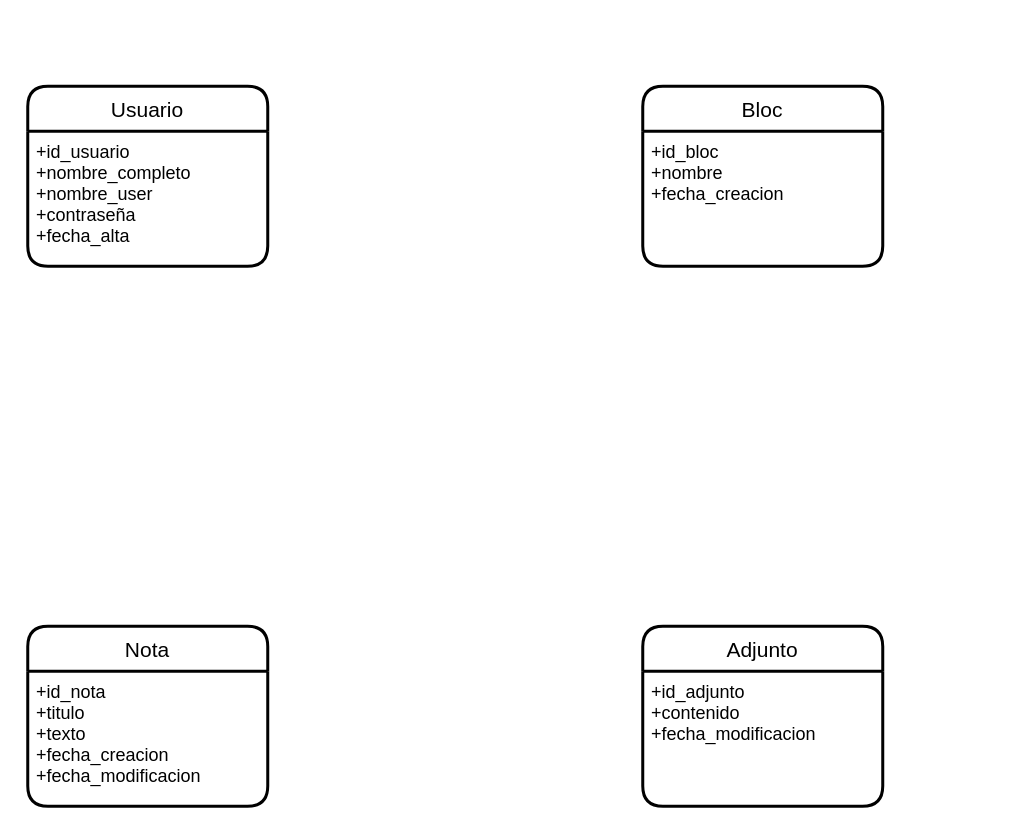
This is Diagrama sin título.drawio from marcosfernandezlopez/Laboratorio-de-redes-y-sistemas-operativos, a draw.io file, before an edit. Source tidied: cells renumbered, new cells numbered last; positions are measured from the earlier drawing's top-left corner, leaving out a move shared by most shapes. Both pictures are drawn from the tidied source at 150%, with x=0, y=0 at pixel (27, 86).
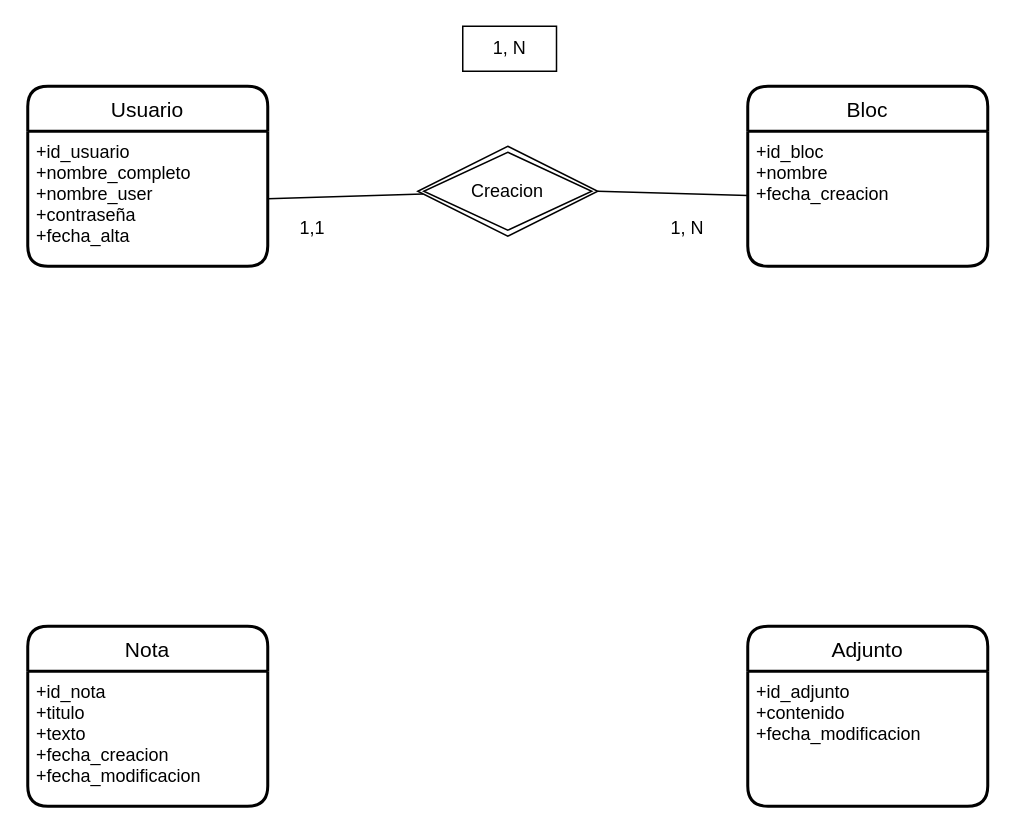
After the change.

Change to the diagram source:
```diff
@@
 <mxGraphModel>
   <root>
     <mxCell id="0" />
     <mxCell id="1" parent="0" />
     <mxCell id="2" value="Usuario" style="swimlane;horizontal=1;startSize=30;rounded=1;fontSize=14;fontStyle=0;strokeWidth=2;shadow=0;dashed=0;align=center;" parent="1" vertex="1">
       <mxGeometry width="160" height="120" as="geometry" />
     </mxCell>
     <mxCell id="3" value="+id_usuario&#10;+nombre_completo&#10;+nombre_user&#10;+contraseña&#10;+fecha_alta&#10;" style="align=left;strokeColor=none;fillColor=none;spacingLeft=4;fontSize=12;verticalAlign=top;" parent="2" vertex="1">
       <mxGeometry y="30" width="160" height="90" as="geometry" />
     </mxCell>
     <mxCell id="4" value="Bloc" style="swimlane;horizontal=1;startSize=30;rounded=1;fontSize=14;fontStyle=0;strokeWidth=2;shadow=0;dashed=0;align=center;" parent="1" vertex="1">
-      <mxGeometry x="410" width="160" height="120" as="geometry" />
+      <mxGeometry x="480" width="160" height="120" as="geometry" />
     </mxCell>
     <mxCell id="5" value="+id_bloc&#10;+nombre&#10;+fecha_creacion" style="align=left;strokeColor=none;fillColor=none;spacingLeft=4;fontSize=12;verticalAlign=top;" parent="4" vertex="1">
       <mxGeometry y="30" width="160" height="90" as="geometry" />
     </mxCell>
     <mxCell id="6" value="Nota" style="swimlane;horizontal=1;startSize=30;rounded=1;fontSize=14;fontStyle=0;strokeWidth=2;shadow=0;dashed=0;align=center;" parent="1" vertex="1">
       <mxGeometry y="360" width="160" height="120" as="geometry" />
     </mxCell>
     <mxCell id="7" value="+id_nota&#10;+titulo&#10;+texto&#10;+fecha_creacion&#10;+fecha_modificacion" style="align=left;strokeColor=none;fillColor=none;spacingLeft=4;fontSize=12;verticalAlign=top;" parent="6" vertex="1">
       <mxGeometry y="30" width="160" height="90" as="geometry" />
     </mxCell>
     <mxCell id="8" value="Adjunto" style="swimlane;horizontal=1;startSize=30;rounded=1;fontSize=14;fontStyle=0;strokeWidth=2;shadow=0;dashed=0;align=center;" parent="1" vertex="1">
-      <mxGeometry x="410" y="360" width="160" height="120" as="geometry" />
+      <mxGeometry x="480" y="360" width="160" height="120" as="geometry" />
     </mxCell>
     <mxCell id="9" value="+id_adjunto&#10;+contenido&#10;+fecha_modificacion" style="align=left;strokeColor=none;fillColor=none;spacingLeft=4;fontSize=12;verticalAlign=top;" parent="8" vertex="1">
       <mxGeometry y="30" width="160" height="90" as="geometry" />
     </mxCell>
+    <mxCell id="10" value="Creacion" style="shape=rhombus;double=1;perimeter=rhombusPerimeter;whiteSpace=wrap;html=1;align=center;" parent="1" vertex="1">
+      <mxGeometry x="260" y="40" width="120" height="60" as="geometry" />
+    </mxCell>
+    <mxCell id="11" style="endArrow=none;html=1;rounded=0;exitX=1;exitY=0.5;exitDx=0;exitDy=0;" parent="1" edge="1" source="3" target="10">
+      <mxGeometry relative="1" as="geometry" />
+    </mxCell>
+    <mxCell id="12" style="endArrow=none;html=1;rounded=0;" parent="1" edge="1" target="5">
+      <mxGeometry relative="1" as="geometry">
+        <mxPoint x="380" y="70" as="sourcePoint" />
+      </mxGeometry>
+    </mxCell>
+    <mxCell id="13" value="1, N" style="rounded=0;whiteSpace=wrap;html=1;" parent="1" vertex="1">
+      <mxGeometry x="290" y="-40" width="62.5" height="30" as="geometry" />
+    </mxCell>
+    <mxCell id="14" value="1,1" style="text;html=1;strokeColor=none;fillColor=none;align=center;verticalAlign=middle;whiteSpace=wrap;rounded=0;" parent="1" vertex="1">
+      <mxGeometry x="160" y="80" width="60" height="30" as="geometry" />
+    </mxCell>
+    <mxCell id="15" value="1, N" style="text;html=1;strokeColor=none;fillColor=none;align=center;verticalAlign=middle;whiteSpace=wrap;rounded=0;" parent="1" vertex="1">
+      <mxGeometry x="410" y="80" width="60" height="30" as="geometry" />
+    </mxCell>
   </root>
 </mxGraphModel>
```
